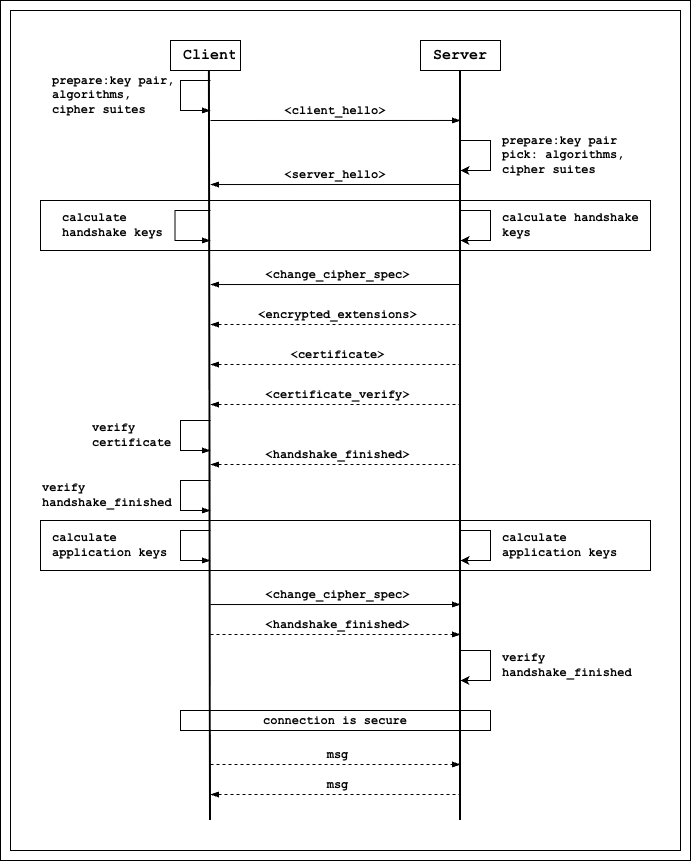
The draw.io diagram content/notes/2025/a-little-about-tls/tls_handshake.png in trieutrng/trieutrng-blog, before a commit. Source tidied: cells renumbered, new cells last; positions are measured from the earlier drawing's top-left corner, leaving out a move shared by most shapes.
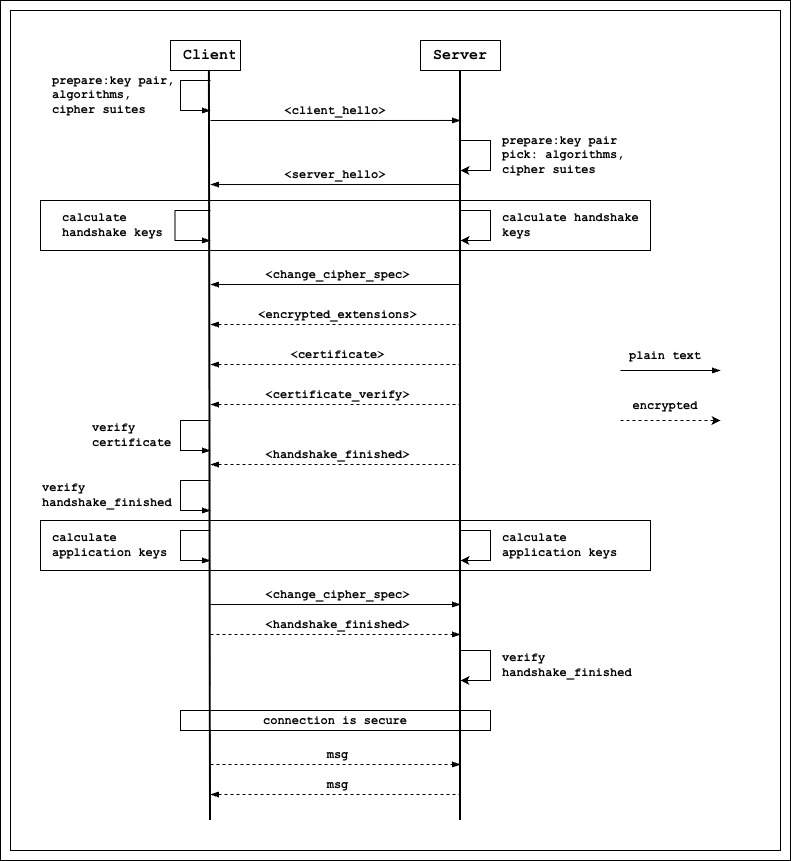
After the commit.

Commit message:
Deploy site changed - 2025-11-06 00:00:25

The edit, as a diff of the source:
```diff
@@ -3,10 +3,10 @@
     <mxCell id="0" />
     <mxCell id="1" parent="0" />
     <mxCell id="2" style="rounded=0;whiteSpace=wrap;html=1;" parent="1" vertex="1">
-      <mxGeometry width="690" height="860" as="geometry" />
+      <mxGeometry width="790" height="860" as="geometry" />
     </mxCell>
     <mxCell id="3" style="rounded=0;whiteSpace=wrap;html=1;" parent="1" vertex="1">
-      <mxGeometry x="10" y="10" width="670" height="840" as="geometry" />
+      <mxGeometry x="10" y="10" width="770" height="840" as="geometry" />
     </mxCell>
     <mxCell id="4" value="&lt;span style=&quot;color: light-dark(rgb(0, 0, 0), rgb(255, 255, 255)); font-family: &amp;quot;Courier New&amp;quot;; font-weight: 700; background-color: transparent;&quot;&gt;connection is secure&lt;/span&gt;" style="rounded=0;whiteSpace=wrap;html=1;" parent="1" vertex="1">
       <mxGeometry x="180" y="710" width="310" height="20" as="geometry" />
@@ -321,5 +321,26 @@
     <mxCell id="74" value="&amp;lt;&lt;span style=&quot;background-color: transparent; color: light-dark(rgb(0, 0, 0), rgb(255, 255, 255));&quot;&gt;handshake_finished&amp;gt;&lt;/span&gt;" style="text;html=1;whiteSpace=wrap;strokeColor=none;fillColor=none;align=center;verticalAlign=middle;rounded=0;rotation=0;fontStyle=1;fontFamily=Courier New;" parent="72" vertex="1">
       <mxGeometry x="100" width="55" height="30" as="geometry" />
     </mxCell>
+    <mxCell id="75" style="html=1;rounded=0;endArrow=blockThin;endFill=1;" parent="1" edge="1">
+      <mxGeometry relative="1" as="geometry">
+        <mxPoint x="620" y="370" as="sourcePoint" />
+        <mxPoint x="720" y="370" as="targetPoint" />
+      </mxGeometry>
+    </mxCell>
+    <mxCell id="76" value="&lt;font face=&quot;Courier New&quot;&gt;&lt;b&gt;plain text&lt;/b&gt;&lt;/font&gt;" style="text;html=1;whiteSpace=wrap;strokeColor=none;fillColor=none;align=center;verticalAlign=middle;rounded=0;" parent="1" vertex="1">
+      <mxGeometry x="620" y="340" width="90" height="30" as="geometry" />
+    </mxCell>
+    <mxCell id="77" style="group;" parent="1" vertex="1">
+      <mxGeometry x="620" y="380" width="100" height="40" as="geometry" />
+    </mxCell>
+    <mxCell id="78" style="html=1;rounded=0;dashed=1;" parent="77" edge="1">
+      <mxGeometry relative="1" as="geometry">
+        <mxPoint y="40" as="sourcePoint" />
+        <mxPoint x="100" y="40" as="targetPoint" />
+      </mxGeometry>
+    </mxCell>
+    <mxCell id="79" value="&lt;font face=&quot;Courier New&quot;&gt;&lt;b&gt;encrypted&lt;/b&gt;&lt;/font&gt;" style="text;html=1;whiteSpace=wrap;strokeColor=none;fillColor=none;align=center;verticalAlign=middle;rounded=0;" parent="77" vertex="1">
+      <mxGeometry y="10" width="90" height="30" as="geometry" />
+    </mxCell>
   </root>
 </mxGraphModel>
```
